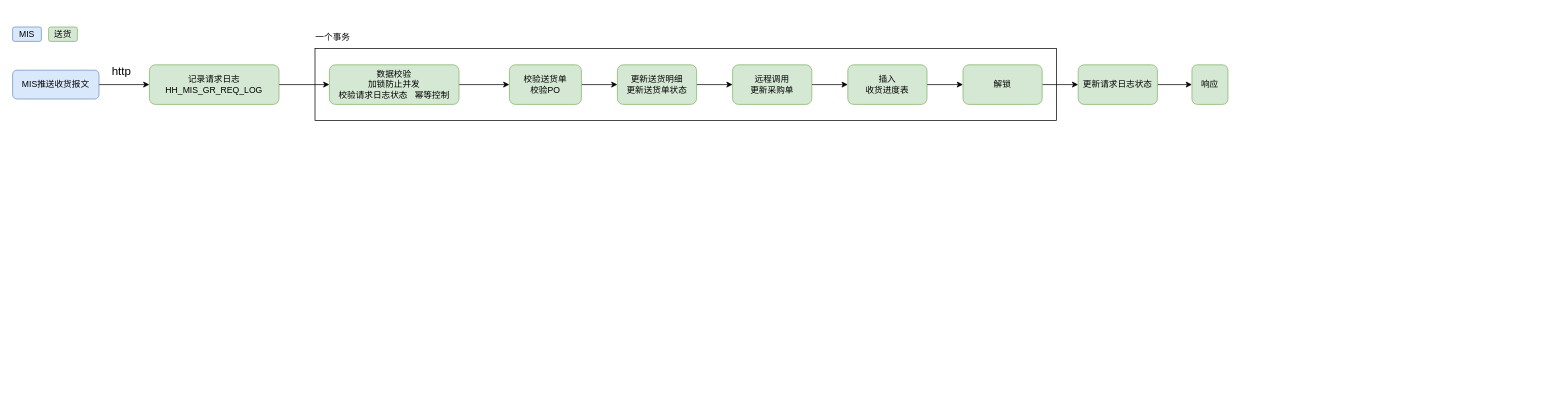
S0Louis/drowio keeps this draw.io diagram as MIS收货.drawio. Above is the earlier version. Source tidied: cells renumbered, new cells numbered last; positions are measured from the earlier drawing's top-left corner, leaving out a move shared by most shapes. Both pictures are drawn from the tidied source at 72%, with x=0, y=0 at pixel (12, 27).
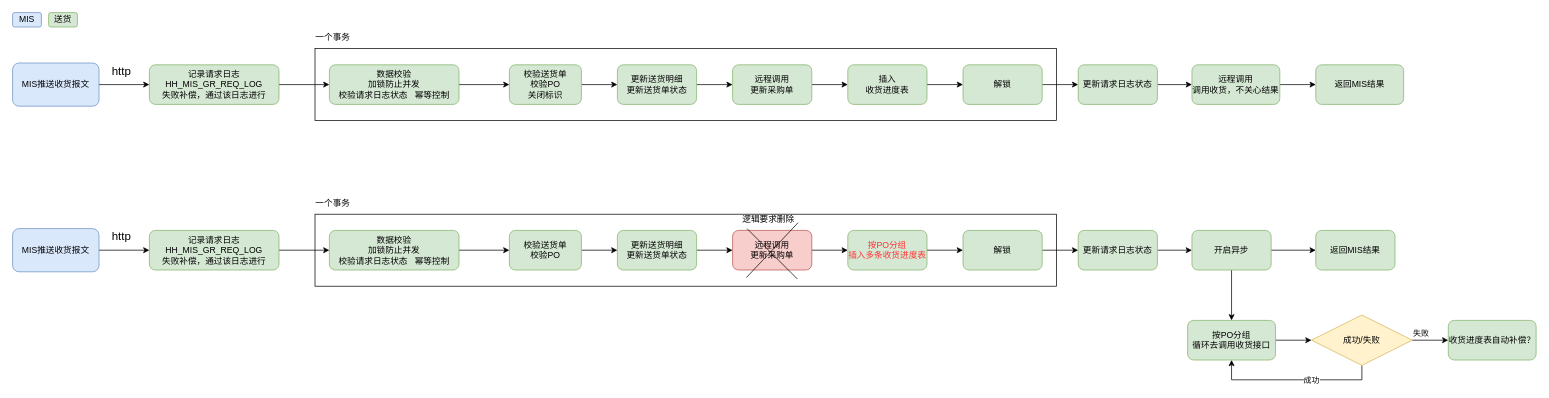
Above is the later version.

Change to the diagram source:
```diff
@@
+    <mxCell id="26" style="rounded=0;whiteSpace=wrap;html=1;fillColor=none;" parent="1" vertex="1">
+      <mxGeometry x="420" y="260" width="1030" height="100" as="geometry" />
+    </mxCell>
+    <mxCell id="23" style="rounded=0;whiteSpace=wrap;html=1;fillColor=none;" parent="1" vertex="1">
+      <mxGeometry x="420" y="30" width="1030" height="100" as="geometry" />
+    </mxCell>
@@
     <mxCell id="4" value="MIS推送收货报文" style="rounded=1;whiteSpace=wrap;html=1;fillColor=#dae8fc;strokeColor=#6c8ebf;" parent="1" vertex="1">
-      <mxGeometry y="60" width="120" height="40" as="geometry" />
+      <mxGeometry y="50" width="120" height="60" as="geometry" />
     </mxCell>
@@
-    <mxCell id="6" value="记录请求日志&lt;div&gt;HH_MIS_GR_REQ_LOG&lt;/div&gt;" style="rounded=1;whiteSpace=wrap;html=1;fillColor=#d5e8d4;strokeColor=#82b366;" parent="1" vertex="1">
+    <mxCell id="6" value="记录请求日志&lt;div&gt;HH_MIS_GR_REQ_LOG&lt;/div&gt;&lt;div&gt;失败补偿，通过该日志进行&lt;/div&gt;" style="rounded=1;whiteSpace=wrap;html=1;fillColor=#d5e8d4;strokeColor=#82b366;" parent="1" vertex="1">
       <mxGeometry x="190" y="52.5" width="180" height="55" as="geometry" />
     </mxCell>
     <mxCell id="7" value="MIS" style="rounded=1;whiteSpace=wrap;html=1;fillColor=#dae8fc;strokeColor=#6c8ebf;" parent="1" vertex="1">
-      <mxGeometry width="40" height="20" as="geometry" />
+      <mxGeometry y="-20" width="40" height="20" as="geometry" />
     </mxCell>
     <mxCell id="8" value="送货" style="rounded=1;whiteSpace=wrap;html=1;fillColor=#d5e8d4;strokeColor=#82b366;" parent="1" vertex="1">
-      <mxGeometry x="50" width="40" height="20" as="geometry" />
+      <mxGeometry x="50" y="-20" width="40" height="20" as="geometry" />
     </mxCell>
@@
-    <mxCell id="12" value="校验送货单&lt;div&gt;校验PO&lt;/div&gt;" style="rounded=1;whiteSpace=wrap;html=1;fillColor=#d5e8d4;strokeColor=#82b366;" parent="1" vertex="1">
+    <mxCell id="12" value="校验送货单&lt;div&gt;校验PO&lt;/div&gt;&lt;div&gt;关闭标识&lt;br&gt;&lt;/div&gt;" style="rounded=1;whiteSpace=wrap;html=1;fillColor=#d5e8d4;strokeColor=#82b366;" parent="1" vertex="1">
       <mxGeometry x="690" y="52.5" width="100" height="55" as="geometry" />
     </mxCell>
@@
-    <mxCell id="23" style="rounded=0;whiteSpace=wrap;html=1;fillColor=none;" parent="1" vertex="1">
-      <mxGeometry x="420" y="30" width="1030" height="100" as="geometry" />
-    </mxCell>
@@
+    <mxCell id="27" style="edgeStyle=orthogonalEdgeStyle;rounded=0;jettySize=auto;html=1;" parent="1" edge="1" source="25" target="50">
+      <mxGeometry relative="1" as="geometry" />
+    </mxCell>
-    <mxCell id="25" value="响应" style="rounded=1;whiteSpace=wrap;html=1;fillColor=#d5e8d4;strokeColor=#82b366;" parent="1" vertex="1">
-      <mxGeometry x="1638" y="52.5" width="50" height="55" as="geometry" />
+    <mxCell id="25" value="&lt;div&gt;远程调用&lt;/div&gt;调用收货，不关心结果" style="rounded=1;whiteSpace=wrap;html=1;fillColor=#d5e8d4;strokeColor=#82b366;" parent="1" vertex="1">
+      <mxGeometry x="1638" y="52.5" width="122" height="55" as="geometry" />
     </mxCell>
+    <mxCell id="28" style="edgeStyle=orthogonalEdgeStyle;rounded=0;jettySize=auto;html=1;" parent="1" edge="1" source="30" target="32">
+      <mxGeometry relative="1" as="geometry" />
+    </mxCell>
+    <mxCell id="29" value="&lt;font style=&quot;font-size: 16px;&quot;&gt;http&lt;/font&gt;" style="edgeLabel;html=1;align=center;verticalAlign=middle;" parent="28" vertex="1">
+      <mxGeometry x="-0.24" y="2" relative="1" as="geometry">
+        <mxPoint x="3" y="-18" as="offset" />
+      </mxGeometry>
+    </mxCell>
+    <mxCell id="30" value="MIS推送收货报文" style="rounded=1;whiteSpace=wrap;html=1;fillColor=#dae8fc;strokeColor=#6c8ebf;" parent="1" vertex="1">
+      <mxGeometry y="280" width="120" height="60" as="geometry" />
+    </mxCell>
+    <mxCell id="31" style="edgeStyle=orthogonalEdgeStyle;rounded=0;jettySize=auto;html=1;" parent="1" edge="1" source="32" target="34">
+      <mxGeometry relative="1" as="geometry" />
+    </mxCell>
+    <mxCell id="32" value="记录请求日志&lt;div&gt;HH_MIS_GR_REQ_LOG&lt;/div&gt;&lt;div&gt;失败补偿，通过该日志进行&lt;br&gt;&lt;/div&gt;" style="rounded=1;whiteSpace=wrap;html=1;fillColor=#d5e8d4;strokeColor=#82b366;" parent="1" vertex="1">
+      <mxGeometry x="190" y="282.5" width="180" height="55" as="geometry" />
+    </mxCell>
+    <mxCell id="33" style="edgeStyle=orthogonalEdgeStyle;rounded=0;jettySize=auto;html=1;" parent="1" edge="1" source="34" target="36">
+      <mxGeometry relative="1" as="geometry" />
+    </mxCell>
+    <mxCell id="34" value="数据校验&lt;div&gt;加锁防止并发&lt;/div&gt;&lt;div&gt;校验请求日志状态&amp;nbsp; &amp;nbsp;幂等控制&lt;/div&gt;" style="rounded=1;whiteSpace=wrap;html=1;fillColor=#d5e8d4;strokeColor=#82b366;" parent="1" vertex="1">
+      <mxGeometry x="440" y="282.5" width="180" height="55" as="geometry" />
+    </mxCell>
+    <mxCell id="35" style="edgeStyle=orthogonalEdgeStyle;rounded=0;jettySize=auto;html=1;" parent="1" edge="1" source="36" target="38">
+      <mxGeometry relative="1" as="geometry" />
+    </mxCell>
+    <mxCell id="36" value="校验送货单&lt;div&gt;校验PO&lt;/div&gt;" style="rounded=1;whiteSpace=wrap;html=1;fillColor=#d5e8d4;strokeColor=#82b366;" parent="1" vertex="1">
+      <mxGeometry x="690" y="282.5" width="100" height="55" as="geometry" />
+    </mxCell>
+    <mxCell id="37" style="edgeStyle=orthogonalEdgeStyle;rounded=0;jettySize=auto;html=1;" parent="1" edge="1" source="38" target="40">
+      <mxGeometry relative="1" as="geometry" />
+    </mxCell>
+    <mxCell id="38" value="更新送货明细&lt;div&gt;更新送货单状态&lt;/div&gt;" style="rounded=1;whiteSpace=wrap;html=1;fillColor=#d5e8d4;strokeColor=#82b366;" parent="1" vertex="1">
+      <mxGeometry x="840" y="282.5" width="110" height="55" as="geometry" />
+    </mxCell>
+    <mxCell id="39" style="edgeStyle=orthogonalEdgeStyle;rounded=0;jettySize=auto;html=1;" parent="1" edge="1" source="40" target="42">
+      <mxGeometry relative="1" as="geometry" />
+    </mxCell>
+    <mxCell id="40" value="远程调用&lt;div&gt;更新采购单&lt;/div&gt;" style="rounded=1;whiteSpace=wrap;html=1;fillColor=#f8cecc;strokeColor=#b85450;" parent="1" vertex="1">
+      <mxGeometry x="1000" y="282.5" width="110" height="55" as="geometry" />
+    </mxCell>
+    <mxCell id="41" style="edgeStyle=orthogonalEdgeStyle;rounded=0;jettySize=auto;html=1;" parent="1" edge="1" source="42" target="44">
+      <mxGeometry relative="1" as="geometry" />
+    </mxCell>
+    <mxCell id="42" value="&lt;font color=&quot;#ff3333&quot;&gt;按PO分组&lt;/font&gt;&lt;div&gt;&lt;font color=&quot;#ff3333&quot;&gt;插入多条收货进度表&lt;/font&gt;&lt;/div&gt;" style="rounded=1;whiteSpace=wrap;html=1;fillColor=#d5e8d4;strokeColor=#82b366;" parent="1" vertex="1">
+      <mxGeometry x="1160" y="282.5" width="110" height="55" as="geometry" />
+    </mxCell>
+    <mxCell id="43" style="edgeStyle=orthogonalEdgeStyle;rounded=0;jettySize=auto;html=1;" parent="1" edge="1" source="44" target="46">
+      <mxGeometry relative="1" as="geometry" />
+    </mxCell>
+    <mxCell id="44" value="解锁" style="rounded=1;whiteSpace=wrap;html=1;fillColor=#d5e8d4;strokeColor=#82b366;" parent="1" vertex="1">
+      <mxGeometry x="1320" y="282.5" width="110" height="55" as="geometry" />
+    </mxCell>
+    <mxCell id="45" style="edgeStyle=orthogonalEdgeStyle;rounded=0;jettySize=auto;html=1;" parent="1" edge="1" source="46" target="61">
+      <mxGeometry relative="1" as="geometry" />
+    </mxCell>
+    <mxCell id="46" value="更新请求日志状态" style="rounded=1;whiteSpace=wrap;html=1;fillColor=#d5e8d4;strokeColor=#82b366;" parent="1" vertex="1">
+      <mxGeometry x="1480" y="282.5" width="110" height="55" as="geometry" />
+    </mxCell>
+    <mxCell id="47" value="一个事务" style="text;html=1;align=center;verticalAlign=middle;whiteSpace=wrap;rounded=0;" parent="1" vertex="1">
+      <mxGeometry x="420" y="230" width="50" height="30" as="geometry" />
+    </mxCell>
+    <mxCell id="48" style="endArrow=none;html=1;rounded=0;" parent="1" edge="1">
+      <mxGeometry relative="1" as="geometry">
+        <mxPoint x="1020" y="280" as="sourcePoint" />
+        <mxPoint x="1090" y="350" as="targetPoint" />
+      </mxGeometry>
+    </mxCell>
+    <mxCell id="49" style="endArrow=none;html=1;rounded=0;entryX=0.662;entryY=-0.013;entryDx=0;entryDy=0;entryPerimeter=0;" parent="1" edge="1">
+      <mxGeometry relative="1" as="geometry">
+        <mxPoint x="1019.1" y="348.1" as="sourcePoint" />
+        <mxPoint x="1090.9" y="271.8" as="targetPoint" />
+      </mxGeometry>
+    </mxCell>
+    <mxCell id="50" value="返回MIS结果&lt;div&gt;&lt;/div&gt;" style="rounded=1;whiteSpace=wrap;html=1;fillColor=#d5e8d4;strokeColor=#82b366;" parent="1" vertex="1">
+      <mxGeometry x="1810" y="52.5" width="122" height="55" as="geometry" />
+    </mxCell>
+    <mxCell id="51" style="edgeStyle=orthogonalEdgeStyle;rounded=0;jettySize=auto;html=1;" parent="1" edge="1" source="52">
+      <mxGeometry relative="1" as="geometry">
+        <mxPoint x="1804" y="435" as="targetPoint" />
+      </mxGeometry>
+    </mxCell>
+    <mxCell id="52" value="按PO分组&lt;div&gt;&lt;/div&gt;&lt;div&gt;循环去调用收货接口&lt;/div&gt;" style="rounded=1;whiteSpace=wrap;html=1;fillColor=#d5e8d4;strokeColor=#82b366;" parent="1" vertex="1">
+      <mxGeometry x="1632" y="407.5" width="122" height="55" as="geometry" />
+    </mxCell>
+    <mxCell id="53" style="edgeStyle=orthogonalEdgeStyle;rounded=0;jettySize=auto;html=1;" parent="1" edge="1" source="57" target="58">
+      <mxGeometry relative="1" as="geometry" />
+    </mxCell>
+    <mxCell id="54" value="失败" style="edgeLabel;html=1;align=center;verticalAlign=middle;" parent="53" vertex="1">
+      <mxGeometry x="-0.55" relative="1" as="geometry">
+        <mxPoint y="-10" as="offset" />
+      </mxGeometry>
+    </mxCell>
+    <mxCell id="55" style="edgeStyle=orthogonalEdgeStyle;rounded=0;jettySize=auto;html=1;entryX=0.5;entryY=1;entryDx=0;entryDy=0;exitX=0.5;exitY=1;exitDx=0;exitDy=0;" parent="1" edge="1" source="57" target="52">
+      <mxGeometry relative="1" as="geometry" />
+    </mxCell>
+    <mxCell id="56" value="成功" style="edgeLabel;html=1;align=center;verticalAlign=middle;" parent="55" vertex="1">
+      <mxGeometry x="-0.2" relative="1" as="geometry" />
+    </mxCell>
+    <mxCell id="57" value="成功/失败" style="rhombus;whiteSpace=wrap;html=1;fillColor=#fff2cc;strokeColor=#d6b656;" parent="1" vertex="1">
+      <mxGeometry x="1804" y="400" width="140" height="70" as="geometry" />
+    </mxCell>
+    <mxCell id="58" value="收货进度表自动补偿？" style="rounded=1;whiteSpace=wrap;html=1;fillColor=#d5e8d4;strokeColor=#82b366;" parent="1" vertex="1">
+      <mxGeometry x="1994" y="407.5" width="122" height="55" as="geometry" />
+    </mxCell>
+    <mxCell id="59" style="edgeStyle=orthogonalEdgeStyle;rounded=0;jettySize=auto;html=1;" parent="1" edge="1" source="61" target="62">
+      <mxGeometry relative="1" as="geometry" />
+    </mxCell>
+    <mxCell id="60" style="edgeStyle=orthogonalEdgeStyle;rounded=0;jettySize=auto;html=1;" parent="1" edge="1" source="61" target="52">
+      <mxGeometry relative="1" as="geometry" />
+    </mxCell>
+    <mxCell id="61" value="开启异步" style="rounded=1;whiteSpace=wrap;html=1;fillColor=#d5e8d4;strokeColor=#82b366;" parent="1" vertex="1">
+      <mxGeometry x="1638" y="282.5" width="110" height="55" as="geometry" />
+    </mxCell>
+    <mxCell id="62" value="返回MIS结果" style="rounded=1;whiteSpace=wrap;html=1;fillColor=#d5e8d4;strokeColor=#82b366;" parent="1" vertex="1">
+      <mxGeometry x="1810" y="282.5" width="110" height="55" as="geometry" />
+    </mxCell>
+    <mxCell id="63" value="逻辑要求删除" style="text;html=1;align=center;verticalAlign=middle;whiteSpace=wrap;rounded=0;" parent="1" vertex="1">
+      <mxGeometry x="1000" y="252.5" width="100" height="30" as="geometry" />
+    </mxCell>
```
